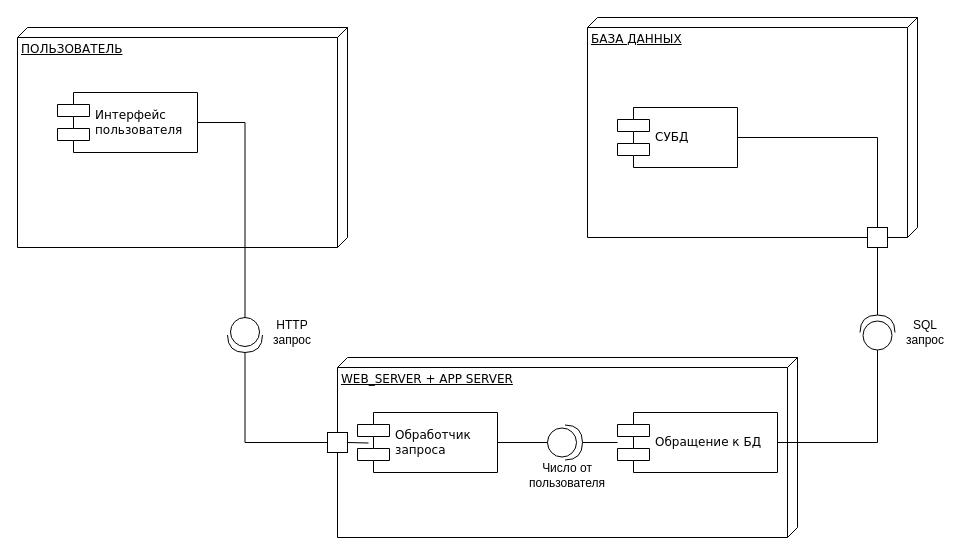
Earlier version of the draw.io diagram Component.drawio (rmrakhimov/achive_2). Source tidied: cells renumbered, new cells numbered last; positions are measured from the earlier drawing's top-left corner, leaving out a move shared by most shapes. Both pictures are drawn from the tidied source at 100%, with x=0, y=0 at pixel (17, 17).
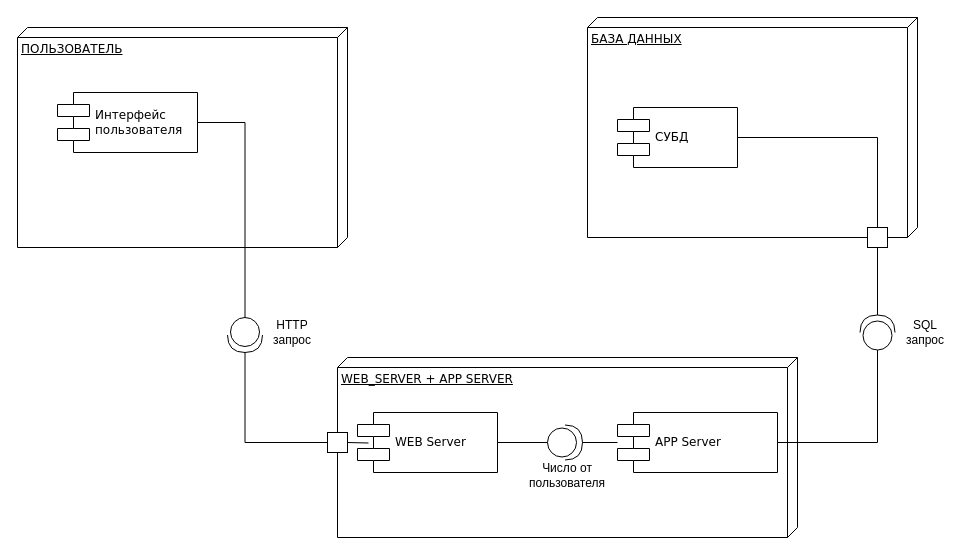
The same diagram, later.

The edit, as a diff of the source:
```diff
@@
-    <mxCell id="10" value="Обработчик&amp;nbsp;&lt;br&gt;запроса" style="shape=component;align=left;spacingLeft=36;rounded=0;shadow=0;comic=0;labelBackgroundColor=none;strokeWidth=1;fontFamily=Verdana;fontSize=12;html=1;" parent="1" vertex="1">
+    <mxCell id="10" value="WEB Server" style="shape=component;align=left;spacingLeft=36;rounded=0;shadow=0;comic=0;labelBackgroundColor=none;strokeWidth=1;fontFamily=Verdana;fontSize=12;html=1;" parent="1" vertex="1">
       <mxGeometry x="340" y="395" width="140" height="60" as="geometry" />
     </mxCell>
@@
-    <mxCell id="13" value="Обращение к БД" style="shape=component;align=left;spacingLeft=36;rounded=0;shadow=0;comic=0;labelBackgroundColor=none;strokeWidth=1;fontFamily=Verdana;fontSize=12;html=1;" parent="1" vertex="1">
+    <mxCell id="13" value="APP Server" style="shape=component;align=left;spacingLeft=36;rounded=0;shadow=0;comic=0;labelBackgroundColor=none;strokeWidth=1;fontFamily=Verdana;fontSize=12;html=1;" parent="1" vertex="1">
       <mxGeometry x="600" y="395" width="160" height="60" as="geometry" />
     </mxCell>
```
